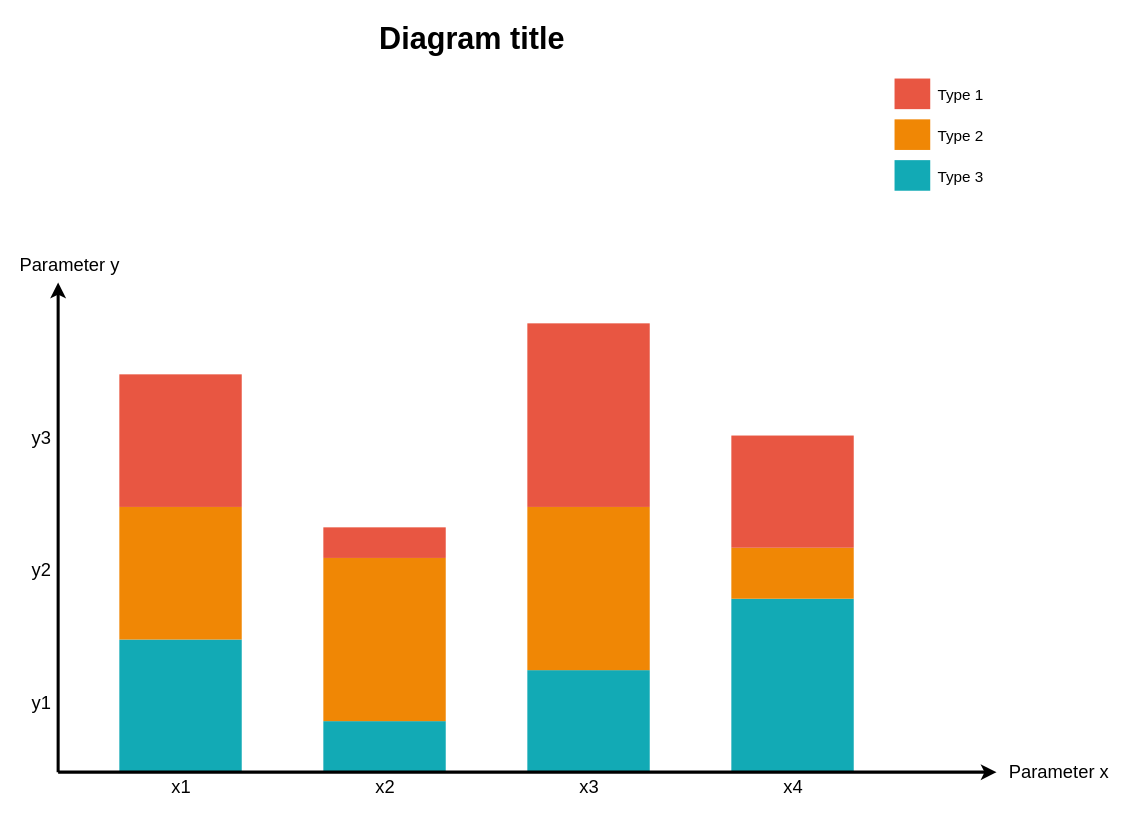
Earlier version of the draw.io diagram Untitled Diagram.drawio (goodvb/fanqiang). Source tidied: cells renumbered, new cells numbered last; positions are measured from the earlier drawing's top-left corner, leaving out a move shared by most shapes. Both pictures are drawn from the tidied source at 102%, with x=0, y=0 at pixel (17, 16).
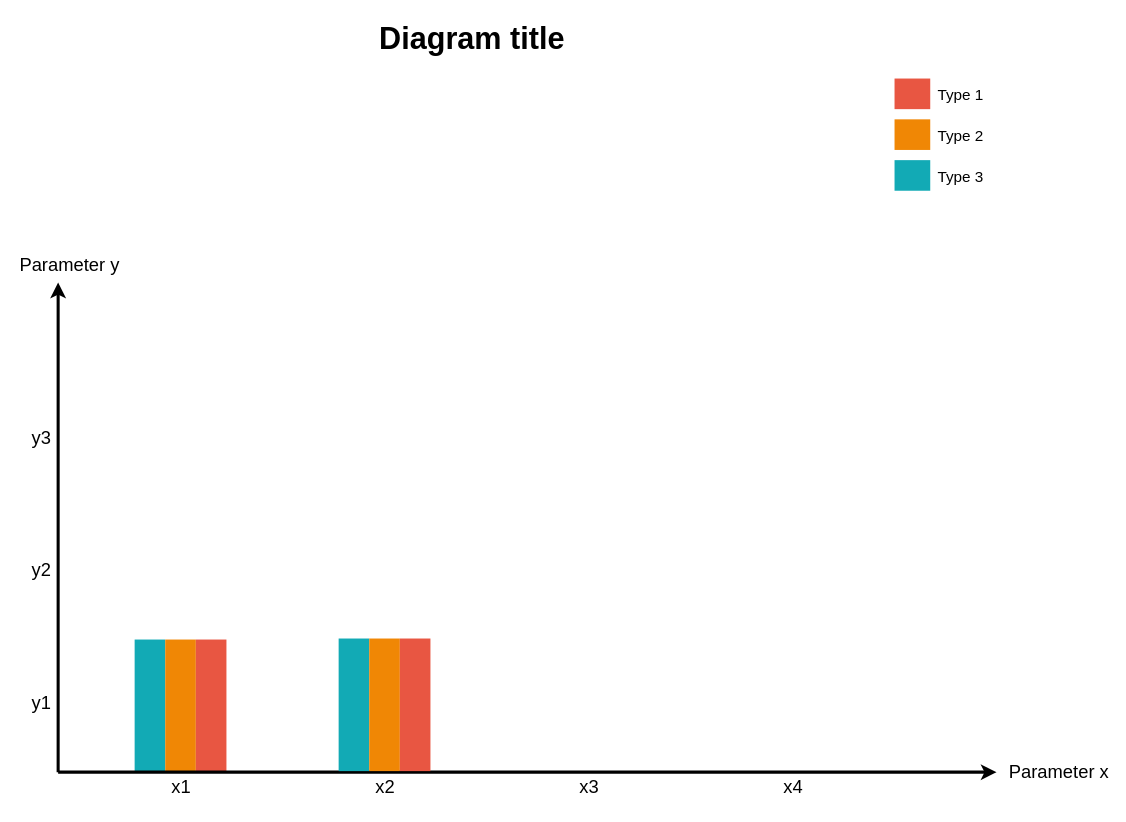
Above is the later version.

What changed in the source:
```diff
@@
     <mxCell id="2" style="whiteSpace=wrap;fillColor=#12AAB5;gradientColor=none;gradientDirection=east;strokeColor=none;html=1;fontColor=#23445d;" parent="1" vertex="1">
-      <mxGeometry x="99.5" y="610.5" width="120" height="130" as="geometry" />
+      <mxGeometry x="114.5" y="610.5" width="30" height="130" as="geometry" />
     </mxCell>
-    <mxCell id="3" style="whiteSpace=wrap;fillColor=#12AAB5;gradientColor=none;gradientDirection=east;strokeColor=none;html=1;fontColor=#23445d;" parent="1" vertex="1">
-      <mxGeometry x="299.5" y="690.5" width="120" height="50" as="geometry" />
-    </mxCell>
-    <mxCell id="4" style="whiteSpace=wrap;fillColor=#12AAB5;gradientColor=none;gradientDirection=east;strokeColor=none;html=1;fontColor=#23445d;" parent="1" vertex="1">
-      <mxGeometry x="499.5" y="640.5" width="120" height="100" as="geometry" />
-    </mxCell>
-    <mxCell id="5" style="whiteSpace=wrap;fillColor=#12AAB5;gradientColor=none;gradientDirection=east;strokeColor=none;html=1;fontColor=#23445d;" parent="1" vertex="1">
-      <mxGeometry x="699.5" y="570.5" width="120" height="170" as="geometry" />
-    </mxCell>
@@
     <mxCell id="7" style="whiteSpace=wrap;fillColor=#F08705;gradientColor=none;gradientDirection=east;strokeColor=none;html=1;fontColor=#23445d;" parent="1" vertex="1">
-      <mxGeometry x="99.5" y="480.5" width="120" height="130" as="geometry" />
+      <mxGeometry x="144.5" y="610.5" width="30" height="130" as="geometry" />
     </mxCell>
     <mxCell id="8" style="whiteSpace=wrap;fillColor=#E85642;gradientColor=none;gradientDirection=east;strokeColor=none;html=1;fontColor=#23445d;" parent="1" vertex="1">
-      <mxGeometry x="99.5" y="350.5" width="120" height="130" as="geometry" />
+      <mxGeometry x="174.5" y="610.5" width="30" height="130" as="geometry" />
     </mxCell>
-    <mxCell id="9" style="whiteSpace=wrap;fillColor=#F08705;gradientColor=none;gradientDirection=east;strokeColor=none;html=1;fontColor=#23445d;" parent="1" vertex="1">
-      <mxGeometry x="299.5" y="530.5" width="120" height="160" as="geometry" />
-    </mxCell>
-    <mxCell id="10" style="whiteSpace=wrap;fillColor=#E85642;gradientColor=none;gradientDirection=east;strokeColor=none;html=1;fontColor=#23445d;" parent="1" vertex="1">
-      <mxGeometry x="299.5" y="500.5" width="120" height="30" as="geometry" />
-    </mxCell>
-    <mxCell id="11" style="whiteSpace=wrap;fillColor=#F08705;gradientColor=none;gradientDirection=east;strokeColor=none;html=1;fontColor=#23445d;" parent="1" vertex="1">
-      <mxGeometry x="499.5" y="480.5" width="120" height="160" as="geometry" />
-    </mxCell>
-    <mxCell id="12" style="whiteSpace=wrap;fillColor=#E85642;gradientColor=none;gradientDirection=east;strokeColor=none;html=1;fontColor=#23445d;" parent="1" vertex="1">
-      <mxGeometry x="499.5" y="300.5" width="120" height="180" as="geometry" />
-    </mxCell>
@@
-    <mxCell id="29" style="whiteSpace=wrap;fillColor=#F08705;gradientColor=none;gradientDirection=east;strokeColor=none;html=1;fontColor=#23445d;" parent="1" vertex="1">
-      <mxGeometry x="699.5" y="520.5" width="120" height="50" as="geometry" />
-    </mxCell>
-    <mxCell id="30" style="whiteSpace=wrap;fillColor=#E85642;gradientColor=none;gradientDirection=east;strokeColor=none;html=1;fontColor=#23445d;" parent="1" vertex="1">
-      <mxGeometry x="699.5" y="410.5" width="120" height="110" as="geometry" />
-    </mxCell>
@@
+    <mxCell id="32" style="whiteSpace=wrap;fillColor=#12AAB5;gradientColor=none;gradientDirection=east;strokeColor=none;html=1;fontColor=#23445d;" parent="1" vertex="1">
+      <mxGeometry x="314.5" y="609.5" width="30" height="130" as="geometry" />
+    </mxCell>
+    <mxCell id="33" style="whiteSpace=wrap;fillColor=#F08705;gradientColor=none;gradientDirection=east;strokeColor=none;html=1;fontColor=#23445d;" parent="1" vertex="1">
+      <mxGeometry x="344.5" y="609.5" width="30" height="130" as="geometry" />
+    </mxCell>
+    <mxCell id="34" style="whiteSpace=wrap;fillColor=#E85642;gradientColor=none;gradientDirection=east;strokeColor=none;html=1;fontColor=#23445d;" parent="1" vertex="1">
+      <mxGeometry x="374.5" y="609.5" width="30" height="130" as="geometry" />
+    </mxCell>
```
